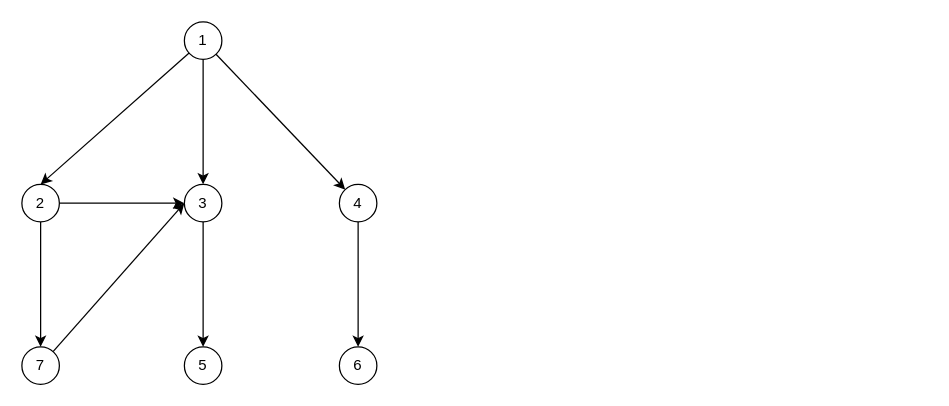
This is draw/graph.drawio from Pichaochang/datastructures-javascript, a draw.io file, before an edit. Source tidied: cells renumbered, new cells numbered last; positions are measured from the earlier drawing's top-left corner, leaving out a move shared by most shapes. Both pictures are drawn from the tidied source at 125%, with x=0, y=0 at pixel (21, 21).
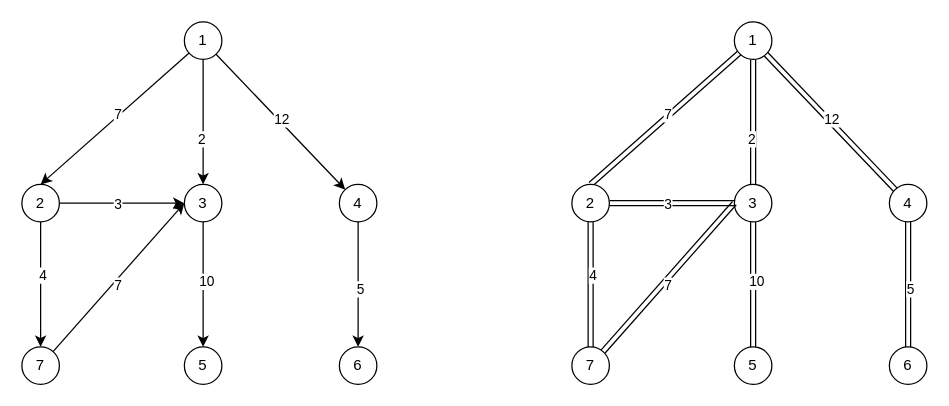
After the change.

Unchanged cells that the change refers to:
```xml
<mxCell id="2" style="rounded=0;jettySize=auto;html=1;" parent="1" edge="1" source="5" target="10">
  <mxGeometry relative="1" as="geometry" />
</mxCell>
<mxCell id="3" style="rounded=0;jettySize=auto;html=1;entryX=0.5;entryY=0;entryDx=0;entryDy=0;" parent="1" edge="1" source="5" target="8">
  <mxGeometry relative="1" as="geometry" />
</mxCell>
<mxCell id="4" style="rounded=0;jettySize=auto;html=1;" parent="1" edge="1" source="5" target="15">
  <mxGeometry relative="1" as="geometry" />
</mxCell>
<mxCell id="6" style="rounded=0;jettySize=auto;html=1;entryX=0.5;entryY=0;entryDx=0;entryDy=0;" parent="1" edge="1" source="8" target="12">
  <mxGeometry relative="1" as="geometry" />
</mxCell>
<mxCell id="7" style="edgeStyle=none;rounded=0;jettySize=auto;html=1;entryX=0;entryY=0.5;entryDx=0;entryDy=0;" parent="1" edge="1" source="8" target="10">
  <mxGeometry relative="1" as="geometry" />
</mxCell>
<mxCell id="9" style="edgeStyle=none;rounded=0;jettySize=auto;html=1;entryX=0.5;entryY=0;entryDx=0;entryDy=0;" parent="1" edge="1" source="10" target="13">
  <mxGeometry relative="1" as="geometry" />
</mxCell>
<mxCell id="11" style="jettySize=auto;html=1;entryX=0;entryY=0.5;entryDx=0;entryDy=0;rounded=0;" parent="1" edge="1" source="12" target="10">
  <mxGeometry relative="1" as="geometry" />
</mxCell>
<mxCell id="14" style="edgeStyle=none;rounded=0;jettySize=auto;html=1;" parent="1" edge="1" source="15" target="16">
  <mxGeometry relative="1" as="geometry" />
</mxCell>
```

Change to the diagram source:
```diff
@@
+    <mxCell id="17" value="2" style="edgeLabel;html=1;align=center;verticalAlign=middle;" parent="2" vertex="1">
+      <mxGeometry x="0.26" y="-2" relative="1" as="geometry" />
+    </mxCell>
@@
+    <mxCell id="18" value="7" style="edgeLabel;html=1;align=center;verticalAlign=middle;" parent="3" vertex="1">
+      <mxGeometry x="-0.05" y="-2" relative="1" as="geometry" />
+    </mxCell>
@@
+    <mxCell id="19" value="12" style="edgeLabel;html=1;align=center;verticalAlign=middle;" parent="4" vertex="1">
+      <mxGeometry x="-0.02" y="1" relative="1" as="geometry">
+        <mxPoint x="1" as="offset" />
+      </mxGeometry>
+    </mxCell>
@@
+    <mxCell id="20" value="4" style="edgeLabel;html=1;align=center;verticalAlign=middle;" parent="6" vertex="1">
+      <mxGeometry x="-0.16" y="1" relative="1" as="geometry" />
+    </mxCell>
@@
+    <mxCell id="21" value="3" style="edgeLabel;html=1;align=center;verticalAlign=middle;" parent="7" vertex="1">
+      <mxGeometry x="-0.08" relative="1" as="geometry" />
+    </mxCell>
@@
+    <mxCell id="22" value="10" style="edgeLabel;html=1;align=center;verticalAlign=middle;" parent="9" vertex="1">
+      <mxGeometry x="-0.06" y="2" relative="1" as="geometry" />
+    </mxCell>
@@
+    <mxCell id="23" value="7" style="edgeLabel;html=1;align=center;verticalAlign=middle;" parent="11" vertex="1">
+      <mxGeometry x="-0.07" y="-4" relative="1" as="geometry" />
+    </mxCell>
@@
+    <mxCell id="24" value="5" style="edgeLabel;html=1;align=center;verticalAlign=middle;" parent="14" vertex="1">
+      <mxGeometry x="0.06" y="1" relative="1" as="geometry" />
+    </mxCell>
@@
+    <mxCell id="25" style="rounded=0;jettySize=auto;html=1;shape=link;strokeWidth=1;" parent="1" edge="1" source="31" target="39">
+      <mxGeometry relative="1" as="geometry" />
+    </mxCell>
+    <mxCell id="26" value="2" style="edgeLabel;html=1;align=center;verticalAlign=middle;" parent="25" vertex="1">
+      <mxGeometry x="0.26" y="-2" relative="1" as="geometry" />
+    </mxCell>
+    <mxCell id="27" style="rounded=0;jettySize=auto;html=1;entryX=0.5;entryY=0;entryDx=0;entryDy=0;shape=link;" parent="1" edge="1" source="31" target="36">
+      <mxGeometry relative="1" as="geometry" />
+    </mxCell>
+    <mxCell id="28" value="7" style="edgeLabel;html=1;align=center;verticalAlign=middle;" parent="27" vertex="1">
+      <mxGeometry x="-0.05" y="-2" relative="1" as="geometry" />
+    </mxCell>
+    <mxCell id="29" style="rounded=0;jettySize=auto;html=1;shape=link;" parent="1" edge="1" source="31" target="46">
+      <mxGeometry relative="1" as="geometry" />
+    </mxCell>
+    <mxCell id="30" value="12" style="edgeLabel;html=1;align=center;verticalAlign=middle;" parent="29" vertex="1">
+      <mxGeometry x="-0.02" y="1" relative="1" as="geometry">
+        <mxPoint x="1" as="offset" />
+      </mxGeometry>
+    </mxCell>
+    <mxCell id="31" value="1" style="ellipse;whiteSpace=wrap;html=1;" parent="1" vertex="1">
+      <mxGeometry x="570" width="30" height="30" as="geometry" />
+    </mxCell>
+    <mxCell id="32" style="rounded=0;jettySize=auto;html=1;entryX=0.5;entryY=0;entryDx=0;entryDy=0;shape=link;" parent="1" edge="1" source="36" target="42">
+      <mxGeometry relative="1" as="geometry" />
+    </mxCell>
+    <mxCell id="33" value="4" style="edgeLabel;html=1;align=center;verticalAlign=middle;" parent="32" vertex="1">
+      <mxGeometry x="-0.16" y="1" relative="1" as="geometry" />
+    </mxCell>
+    <mxCell id="34" style="edgeStyle=none;rounded=0;jettySize=auto;html=1;entryX=0;entryY=0.5;entryDx=0;entryDy=0;shape=link;" parent="1" edge="1" source="36" target="39">
+      <mxGeometry relative="1" as="geometry" />
+    </mxCell>
+    <mxCell id="35" value="3" style="edgeLabel;html=1;align=center;verticalAlign=middle;" parent="34" vertex="1">
+      <mxGeometry x="-0.08" relative="1" as="geometry" />
+    </mxCell>
+    <mxCell id="36" value="2" style="ellipse;whiteSpace=wrap;html=1;" parent="1" vertex="1">
+      <mxGeometry x="440" y="130" width="30" height="30" as="geometry" />
+    </mxCell>
+    <mxCell id="37" style="edgeStyle=none;rounded=0;jettySize=auto;html=1;entryX=0.5;entryY=0;entryDx=0;entryDy=0;shape=link;" parent="1" edge="1" source="39" target="43">
+      <mxGeometry relative="1" as="geometry" />
+    </mxCell>
+    <mxCell id="38" value="10" style="edgeLabel;html=1;align=center;verticalAlign=middle;" parent="37" vertex="1">
+      <mxGeometry x="-0.06" y="2" relative="1" as="geometry" />
+    </mxCell>
+    <mxCell id="39" value="3" style="ellipse;whiteSpace=wrap;html=1;" parent="1" vertex="1">
+      <mxGeometry x="570" y="130" width="30" height="30" as="geometry" />
+    </mxCell>
+    <mxCell id="40" style="jettySize=auto;html=1;entryX=0;entryY=0.5;entryDx=0;entryDy=0;rounded=0;shape=link;" parent="1" edge="1" source="42" target="39">
+      <mxGeometry relative="1" as="geometry" />
+    </mxCell>
+    <mxCell id="41" value="7" style="edgeLabel;html=1;align=center;verticalAlign=middle;" parent="40" vertex="1">
+      <mxGeometry x="-0.07" y="-4" relative="1" as="geometry" />
+    </mxCell>
+    <mxCell id="42" value="7" style="ellipse;whiteSpace=wrap;html=1;" parent="1" vertex="1">
+      <mxGeometry x="440" y="260" width="30" height="30" as="geometry" />
+    </mxCell>
+    <mxCell id="43" value="5" style="ellipse;whiteSpace=wrap;html=1;" parent="1" vertex="1">
+      <mxGeometry x="570" y="260" width="30" height="30" as="geometry" />
+    </mxCell>
+    <mxCell id="44" style="edgeStyle=none;rounded=0;jettySize=auto;html=1;shape=link;" parent="1" edge="1" source="46" target="47">
+      <mxGeometry relative="1" as="geometry" />
+    </mxCell>
+    <mxCell id="45" value="5" style="edgeLabel;html=1;align=center;verticalAlign=middle;" parent="44" vertex="1">
+      <mxGeometry x="0.06" y="1" relative="1" as="geometry" />
+    </mxCell>
+    <mxCell id="46" value="4" style="ellipse;whiteSpace=wrap;html=1;" parent="1" vertex="1">
+      <mxGeometry x="694" y="130" width="30" height="30" as="geometry" />
+    </mxCell>
+    <mxCell id="47" value="6" style="ellipse;whiteSpace=wrap;html=1;" parent="1" vertex="1">
+      <mxGeometry x="694" y="260" width="30" height="30" as="geometry" />
+    </mxCell>
```
